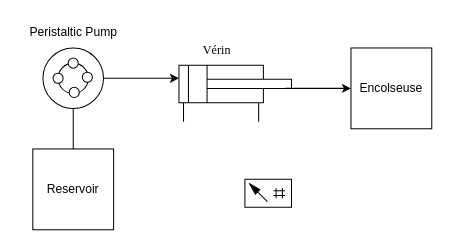
This is PDCA4/Schema_technique.drawio from CharifMah/Systemes_automatises, a draw.io file, before an edit. Source tidied: cells renumbered, new cells numbered last; positions are measured from the earlier drawing's top-left corner, leaving out a move shared by most shapes. Both pictures are drawn from the tidied source at 101%, with x=0, y=0 at pixel (17, 17).
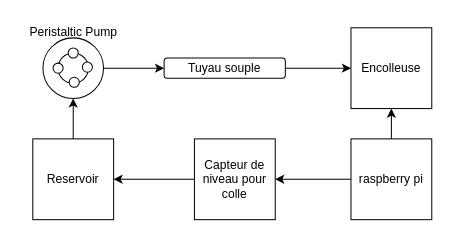
Above is the later version.

Unchanged cells that the change refers to:
```xml
<mxCell id="9" style="ellipse;whiteSpace=wrap;html=1;" parent="8" vertex="1">
  <mxGeometry width="60" height="60" as="geometry" />
</mxCell>
```

The edit, as a diff of the source:
```diff
@@
-    <mxCell id="2" style="verticalLabelPosition=bottom;html=1;verticalAlign=top;fillColor=strokeColor;align=center;shape=mxgraph.fluid_power.x11800;" parent="1" vertex="1">
-      <mxGeometry x="225" y="160" width="46.1" height="27.7" as="geometry" />
-    </mxCell>
-    <mxCell id="3" style="edgeStyle=orthogonalEdgeStyle;rounded=0;jettySize=auto;html=1;" parent="1" edge="1" source="4" target="6">
-      <mxGeometry relative="1" as="geometry">
-        <Array as="points">
-          <mxPoint x="55" y="60" />
-        </Array>
-      </mxGeometry>
-    </mxCell>
+    <mxCell id="18" style="edgeStyle=orthogonalEdgeStyle;rounded=0;jettySize=auto;html=1;entryX=0.5;entryY=1;entryDx=0;entryDy=0;" parent="1" edge="1" source="4" target="9">
+      <mxGeometry relative="1" as="geometry" />
+    </mxCell>
     <mxCell id="4" value="Reservoir" style="whiteSpace=wrap;html=1;" parent="1" vertex="1">
-      <mxGeometry x="15" y="130" width="80" height="80" as="geometry" />
+      <mxGeometry x="15" y="120" width="80" height="80" as="geometry" />
     </mxCell>
-    <mxCell id="5" style="group;" parent="1" vertex="1">
-      <mxGeometry x="159.7" y="17" width="111.4" height="86" as="geometry" />
-    </mxCell>
-    <mxCell id="6" style="verticalLabelPosition=bottom;html=1;verticalAlign=top;fillColor=strokeColor;align=center;outlineConnect=0;shape=mxgraph.fluid_power.x11450;points=[[0.04,1,0],[0.707,1,0]];" parent="5" vertex="1">
-      <mxGeometry y="30" width="111.4" height="56" as="geometry" />
-    </mxCell>
-    <mxCell id="7" value="&lt;span style=&quot;font-family: &amp;quot;Times New Roman&amp;quot;; text-align: start; background-color: rgb(255, 255, 255);&quot;&gt;Vérin&lt;/span&gt;" style="text;html=1;align=center;verticalAlign=middle;strokeColor=none;fillColor=none;" parent="5" vertex="1">
-      <mxGeometry x="12.1" width="50" height="30" as="geometry" />
-    </mxCell>
     <mxCell id="8" style="group;" parent="1" vertex="1">
-      <mxGeometry x="25" y="30" width="60" height="60" as="geometry" />
+      <mxGeometry x="25" y="20" width="60" height="60" as="geometry" />
     </mxCell>
@@
-    <mxCell id="16" value="Encolseuse" style="whiteSpace=wrap;html=1;" parent="1" vertex="1">
-      <mxGeometry x="330" y="30" width="80" height="80" as="geometry" />
+    <mxCell id="16" value="Encolleuse" style="whiteSpace=wrap;html=1;" parent="1" vertex="1">
+      <mxGeometry x="330" y="10" width="80" height="80" as="geometry" />
     </mxCell>
-    <mxCell id="17" style="edgeStyle=orthogonalEdgeStyle;rounded=0;jettySize=auto;html=1;entryX=0;entryY=0.5;entryDx=0;entryDy=0;" parent="1" edge="1" target="16">
-      <mxGeometry relative="1" as="geometry">
-        <mxPoint x="275" y="70" as="sourcePoint" />
-        <Array as="points">
-          <mxPoint x="265" y="70" />
-          <mxPoint x="265" y="70" />
-        </Array>
-      </mxGeometry>
-    </mxCell>
+    <mxCell id="19" style="edgeStyle=orthogonalEdgeStyle;rounded=0;jettySize=auto;html=1;entryX=1;entryY=0.5;entryDx=0;entryDy=0;" parent="1" edge="1" source="21" target="23">
+      <mxGeometry relative="1" as="geometry" />
+    </mxCell>
+    <mxCell id="20" style="edgeStyle=orthogonalEdgeStyle;rounded=0;jettySize=auto;html=1;entryX=0.5;entryY=1;entryDx=0;entryDy=0;" parent="1" edge="1" source="21" target="16">
+      <mxGeometry relative="1" as="geometry" />
+    </mxCell>
+    <mxCell id="21" value="raspberry pi" style="whiteSpace=wrap;html=1;" parent="1" vertex="1">
+      <mxGeometry x="330" y="120" width="80" height="80" as="geometry" />
+    </mxCell>
+    <mxCell id="22" style="edgeStyle=orthogonalEdgeStyle;rounded=0;jettySize=auto;html=1;entryX=1;entryY=0.5;entryDx=0;entryDy=0;" parent="1" edge="1" source="23" target="4">
+      <mxGeometry relative="1" as="geometry" />
+    </mxCell>
+    <mxCell id="23" value="Capteur de niveau pour colle" style="whiteSpace=wrap;html=1;" parent="1" vertex="1">
+      <mxGeometry x="175" y="120" width="80" height="80" as="geometry" />
+    </mxCell>
+    <mxCell id="24" style="edgeStyle=orthogonalEdgeStyle;rounded=0;jettySize=auto;html=1;entryX=0;entryY=0.5;entryDx=0;entryDy=0;" parent="1" edge="1" source="25" target="16">
+      <mxGeometry relative="1" as="geometry" />
+    </mxCell>
+    <mxCell id="25" value="Tuyau souple" style="rounded=1;whiteSpace=wrap;html=1;" parent="1" vertex="1">
+      <mxGeometry x="145" y="40" width="120" height="20" as="geometry" />
+    </mxCell>
+    <mxCell id="26" style="edgeStyle=orthogonalEdgeStyle;rounded=0;jettySize=auto;html=1;entryX=0;entryY=0.5;entryDx=0;entryDy=0;" parent="1" edge="1" source="9" target="25">
+      <mxGeometry relative="1" as="geometry" />
+    </mxCell>
```
